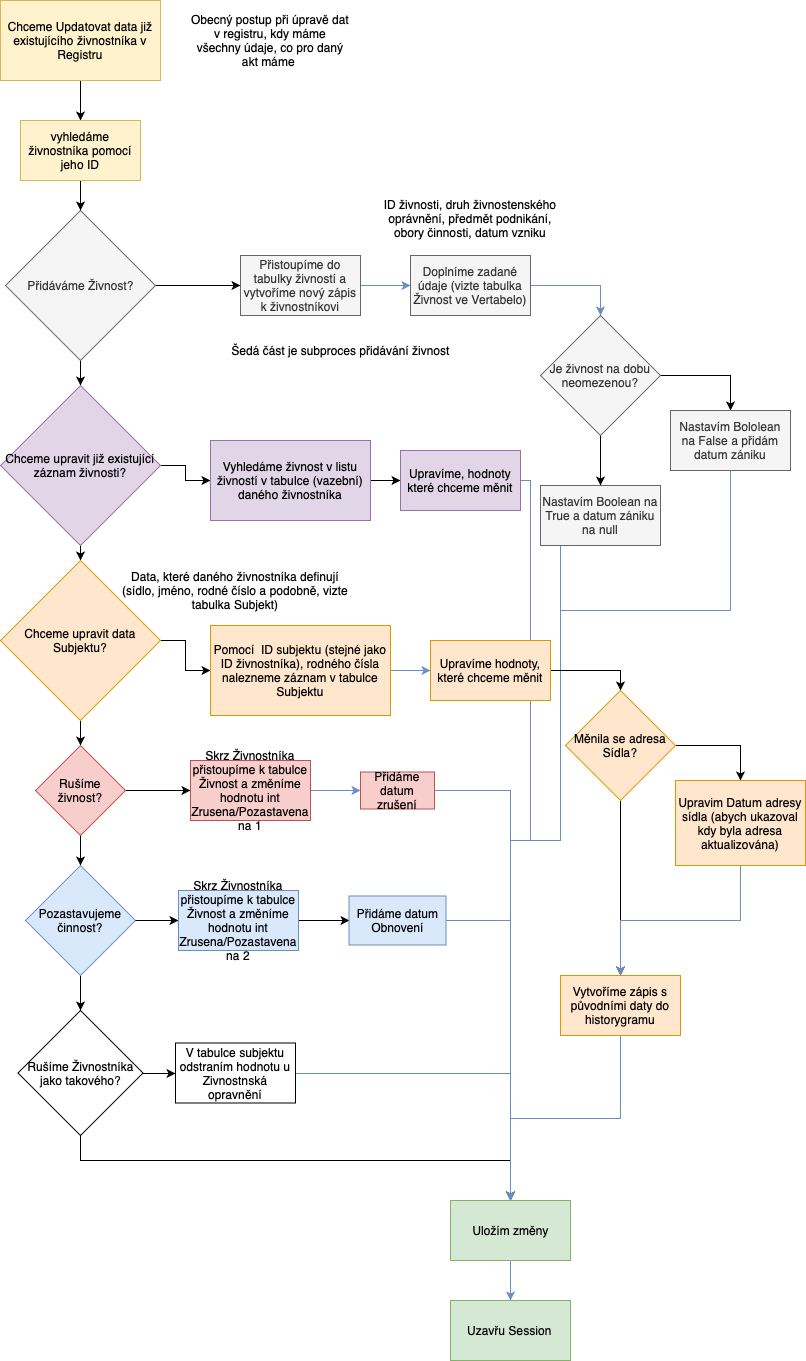
Before: Update živnostníka.png, a diagram exported from draw.io (ridlees/Zivnostensky_urad). Source tidied: cells renumbered, new cells last; positions are measured from the earlier drawing's top-left corner, leaving out a move shared by most shapes.
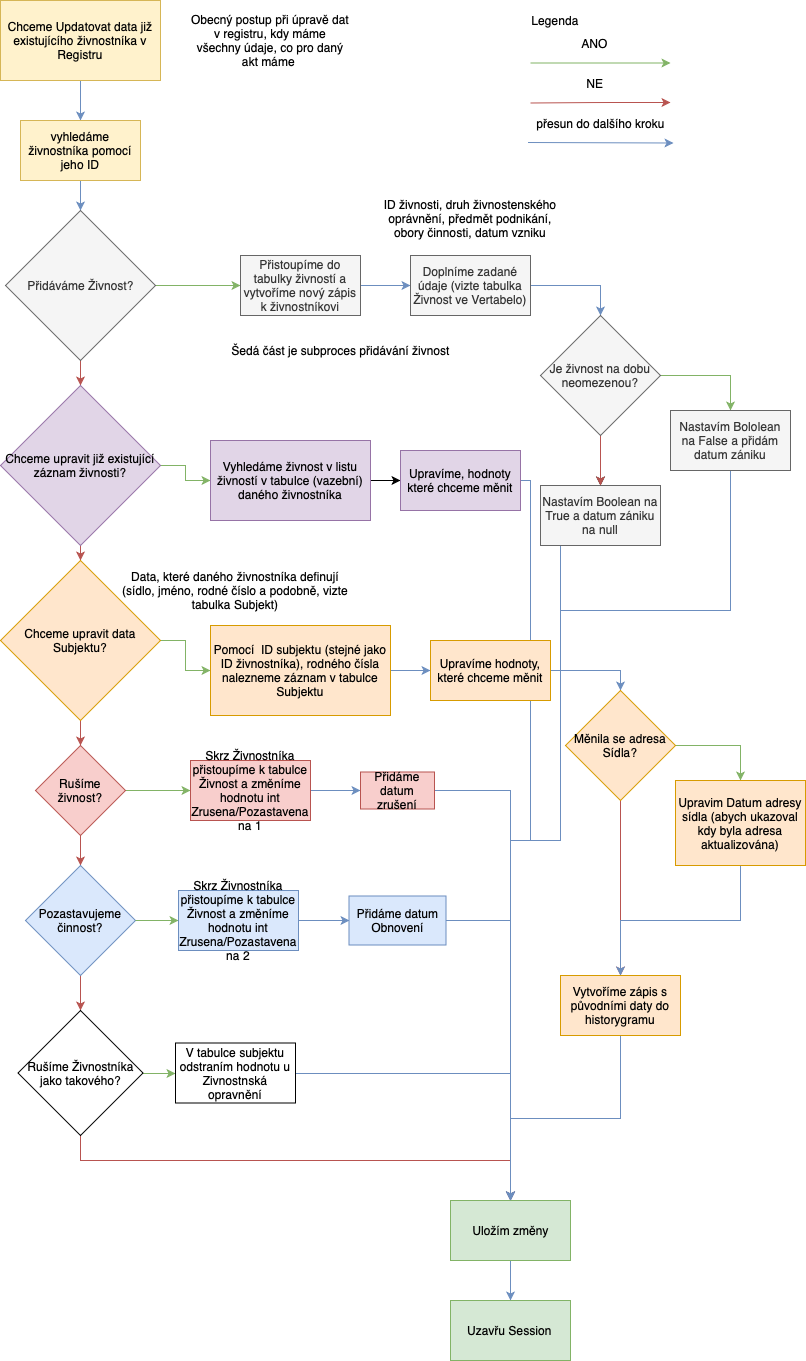
After the commit.

Diff of the diagram source:
```diff
@@ -2,22 +2,22 @@
   <root>
     <mxCell id="0" />
     <mxCell id="1" parent="0" />
-    <mxCell id="2" style="edgeStyle=orthogonalEdgeStyle;rounded=0;jettySize=auto;html=1;" parent="1" edge="1" source="3" target="8">
+    <mxCell id="2" style="edgeStyle=orthogonalEdgeStyle;rounded=0;jettySize=auto;html=1;fillColor=#dae8fc;strokeColor=#6c8ebf;" parent="1" edge="1" source="3" target="8">
       <mxGeometry relative="1" as="geometry" />
     </mxCell>
     <mxCell id="3" value="Chceme Updatovat data již existujícího živnostníka v Registru" style="rounded=0;whiteSpace=wrap;html=1;fillColor=#fff2cc;strokeColor=#d6b656;" parent="1" vertex="1">
       <mxGeometry width="160" height="80" as="geometry" />
     </mxCell>
-    <mxCell id="4" style="edgeStyle=orthogonalEdgeStyle;rounded=0;jettySize=auto;html=1;entryX=0;entryY=0.5;entryDx=0;entryDy=0;" parent="1" edge="1" source="6" target="10">
+    <mxCell id="4" style="edgeStyle=orthogonalEdgeStyle;rounded=0;jettySize=auto;html=1;entryX=0;entryY=0.5;entryDx=0;entryDy=0;fillColor=#d5e8d4;strokeColor=#82b366;" parent="1" edge="1" source="6" target="10">
       <mxGeometry relative="1" as="geometry" />
     </mxCell>
-    <mxCell id="5" style="edgeStyle=orthogonalEdgeStyle;rounded=0;jettySize=auto;html=1;" parent="1" edge="1" source="6" target="23">
+    <mxCell id="5" style="edgeStyle=orthogonalEdgeStyle;rounded=0;jettySize=auto;html=1;fillColor=#f8cecc;strokeColor=#b85450;" parent="1" edge="1" source="6" target="23">
       <mxGeometry relative="1" as="geometry" />
     </mxCell>
     <mxCell id="6" value="Přidáváme Živnost?" style="rhombus;whiteSpace=wrap;html=1;fillColor=#f5f5f5;strokeColor=#666666;fontColor=#333333;" parent="1" vertex="1">
       <mxGeometry x="5" y="210" width="150" height="150" as="geometry" />
     </mxCell>
-    <mxCell id="7" style="edgeStyle=orthogonalEdgeStyle;rounded=0;jettySize=auto;html=1;" parent="1" edge="1" source="8" target="6">
+    <mxCell id="7" style="edgeStyle=orthogonalEdgeStyle;rounded=0;jettySize=auto;html=1;fillColor=#dae8fc;strokeColor=#6c8ebf;" parent="1" edge="1" source="8" target="6">
       <mxGeometry relative="1" as="geometry" />
     </mxCell>
     <mxCell id="8" value="vyhledáme živnostníka pomocí jeho ID" style="rounded=0;whiteSpace=wrap;html=1;fillColor=#fff2cc;strokeColor=#d6b656;" parent="1" vertex="1">
@@ -52,9 +52,12 @@
     <mxCell id="16" style="edgeStyle=orthogonalEdgeStyle;rounded=0;jettySize=auto;html=1;" parent="1" edge="1" source="18" target="15">
       <mxGeometry relative="1" as="geometry" />
     </mxCell>
-    <mxCell id="17" style="edgeStyle=orthogonalEdgeStyle;rounded=0;jettySize=auto;html=1;entryX=0.5;entryY=0;entryDx=0;entryDy=0;" parent="1" edge="1" source="18" target="20">
+    <mxCell id="17" style="edgeStyle=orthogonalEdgeStyle;rounded=0;jettySize=auto;html=1;entryX=0.5;entryY=0;entryDx=0;entryDy=0;fillColor=#d5e8d4;strokeColor=#82b366;" parent="1" edge="1" source="18" target="20">
       <mxGeometry relative="1" as="geometry" />
     </mxCell>
+    <mxCell id="67" style="edgeStyle=orthogonalEdgeStyle;rounded=0;jettySize=auto;html=1;fillColor=#f8cecc;strokeColor=#b85450;" parent="1" edge="1" source="18" target="15">
+      <mxGeometry relative="1" as="geometry" />
+    </mxCell>
     <mxCell id="18" value="Je živnost na dobu neomezenou?" style="rhombus;whiteSpace=wrap;html=1;fillColor=#f5f5f5;strokeColor=#666666;fontColor=#333333;" parent="1" vertex="1">
       <mxGeometry x="540" y="315" width="120" height="120" as="geometry" />
     </mxCell>
@@ -71,10 +74,10 @@
     <mxCell id="20" value="Nastavím Bololean na False a přidám datum zániku" style="rounded=0;whiteSpace=wrap;html=1;fillColor=#f5f5f5;strokeColor=#666666;fontColor=#333333;" parent="1" vertex="1">
       <mxGeometry x="670" y="410" width="120" height="60" as="geometry" />
     </mxCell>
-    <mxCell id="21" style="edgeStyle=orthogonalEdgeStyle;rounded=0;jettySize=auto;html=1;" parent="1" edge="1" source="23" target="25">
+    <mxCell id="21" style="edgeStyle=orthogonalEdgeStyle;rounded=0;jettySize=auto;html=1;fillColor=#d5e8d4;strokeColor=#82b366;" parent="1" edge="1" source="23" target="25">
       <mxGeometry relative="1" as="geometry" />
     </mxCell>
-    <mxCell id="22" style="edgeStyle=orthogonalEdgeStyle;rounded=0;jettySize=auto;html=1;" parent="1" edge="1" source="23" target="30">
+    <mxCell id="22" style="edgeStyle=orthogonalEdgeStyle;rounded=0;jettySize=auto;html=1;fillColor=#f8cecc;strokeColor=#b85450;" parent="1" edge="1" source="23" target="30">
       <mxGeometry relative="1" as="geometry" />
     </mxCell>
     <mxCell id="23" value="Chceme upravit již existující záznam živnosti?" style="rhombus;whiteSpace=wrap;html=1;fillColor=#e1d5e7;strokeColor=#9673a6;" parent="1" vertex="1">
@@ -98,10 +101,10 @@
     <mxCell id="27" value="Upravíme, hodnoty které chceme měnit" style="rounded=0;whiteSpace=wrap;html=1;fillColor=#e1d5e7;strokeColor=#9673a6;" parent="1" vertex="1">
       <mxGeometry x="400" y="450" width="120" height="60" as="geometry" />
     </mxCell>
-    <mxCell id="28" style="edgeStyle=orthogonalEdgeStyle;rounded=0;jettySize=auto;html=1;" parent="1" edge="1" source="30" target="33">
+    <mxCell id="28" style="edgeStyle=orthogonalEdgeStyle;rounded=0;jettySize=auto;html=1;fillColor=#d5e8d4;strokeColor=#82b366;" parent="1" edge="1" source="30" target="33">
       <mxGeometry relative="1" as="geometry" />
     </mxCell>
-    <mxCell id="29" style="edgeStyle=orthogonalEdgeStyle;rounded=0;jettySize=auto;html=1;" parent="1" edge="1" source="30" target="43">
+    <mxCell id="29" style="edgeStyle=orthogonalEdgeStyle;rounded=0;jettySize=auto;html=1;fillColor=#f8cecc;strokeColor=#b85450;" parent="1" edge="1" source="30" target="43">
       <mxGeometry relative="1" as="geometry" />
     </mxCell>
     <mxCell id="30" value="Chceme upravit data Subjektu?" style="rhombus;whiteSpace=wrap;html=1;fillColor=#ffe6cc;strokeColor=#d79b00;" parent="1" vertex="1">
@@ -116,20 +119,20 @@
     <mxCell id="33" value="Pomocí &amp;nbsp;ID subjektu (stejné jako ID živnostníka),&amp;nbsp;rodného čísla nalezneme záznam v tabulce Subjektu" style="rounded=0;whiteSpace=wrap;html=1;fillColor=#ffe6cc;strokeColor=#d79b00;" parent="1" vertex="1">
       <mxGeometry x="210" y="625" width="180" height="90" as="geometry" />
     </mxCell>
-    <mxCell id="34" style="edgeStyle=orthogonalEdgeStyle;rounded=0;jettySize=auto;html=1;entryX=0.5;entryY=0;entryDx=0;entryDy=0;" parent="1" edge="1" source="35" target="38">
+    <mxCell id="34" style="edgeStyle=orthogonalEdgeStyle;rounded=0;jettySize=auto;html=1;entryX=0.5;entryY=0;entryDx=0;entryDy=0;fillColor=#dae8fc;strokeColor=#6c8ebf;" parent="1" edge="1" source="35" target="38">
       <mxGeometry relative="1" as="geometry" />
     </mxCell>
     <mxCell id="35" value="Upravíme hodnoty, které chceme měnit" style="rounded=0;whiteSpace=wrap;html=1;fillColor=#ffe6cc;strokeColor=#d79b00;" parent="1" vertex="1">
       <mxGeometry x="430" y="640" width="120" height="60" as="geometry" />
     </mxCell>
-    <mxCell id="36" style="edgeStyle=orthogonalEdgeStyle;rounded=0;jettySize=auto;html=1;entryX=0.5;entryY=0;entryDx=0;entryDy=0;" parent="1" edge="1" source="38" target="40">
+    <mxCell id="36" style="edgeStyle=orthogonalEdgeStyle;rounded=0;jettySize=auto;html=1;entryX=0.5;entryY=0;entryDx=0;entryDy=0;fillColor=#d5e8d4;strokeColor=#82b366;" parent="1" edge="1" source="38" target="40">
       <mxGeometry relative="1" as="geometry">
         <Array as="points">
           <mxPoint x="740" y="745" />
         </Array>
       </mxGeometry>
     </mxCell>
-    <mxCell id="37" style="edgeStyle=orthogonalEdgeStyle;rounded=0;jettySize=auto;html=1;entryX=0.5;entryY=0;entryDx=0;entryDy=0;" parent="1" edge="1" source="38" target="65">
+    <mxCell id="37" style="edgeStyle=orthogonalEdgeStyle;rounded=0;jettySize=auto;html=1;entryX=0.5;entryY=0;entryDx=0;entryDy=0;fillColor=#f8cecc;strokeColor=#b85450;" parent="1" edge="1" source="38" target="65">
       <mxGeometry relative="1" as="geometry" />
     </mxCell>
     <mxCell id="38" value="Měnila se adresa Sídla?" style="rhombus;whiteSpace=wrap;html=1;fillColor=#ffe6cc;strokeColor=#d79b00;" parent="1" vertex="1">
@@ -141,10 +144,10 @@
     <mxCell id="40" value="Upravim Datum adresy sídla (abych ukazoval kdy byla adresa aktualizována)" style="rounded=0;whiteSpace=wrap;html=1;fillColor=#ffe6cc;strokeColor=#d79b00;" parent="1" vertex="1">
       <mxGeometry x="675" y="780" width="130" height="85" as="geometry" />
     </mxCell>
-    <mxCell id="41" style="edgeStyle=orthogonalEdgeStyle;rounded=0;jettySize=auto;html=1;" parent="1" edge="1" source="43" target="46">
+    <mxCell id="41" style="edgeStyle=orthogonalEdgeStyle;rounded=0;jettySize=auto;html=1;fillColor=#d5e8d4;strokeColor=#82b366;" parent="1" edge="1" source="43" target="46">
       <mxGeometry relative="1" as="geometry" />
     </mxCell>
-    <mxCell id="42" style="edgeStyle=orthogonalEdgeStyle;rounded=0;jettySize=auto;html=1;" parent="1" edge="1" source="43" target="48">
+    <mxCell id="42" style="edgeStyle=orthogonalEdgeStyle;rounded=0;jettySize=auto;html=1;fillColor=#f8cecc;strokeColor=#b85450;" parent="1" edge="1" source="43" target="48">
       <mxGeometry relative="1" as="geometry" />
     </mxCell>
     <mxCell id="43" value="Rušíme živnost?" style="rhombus;whiteSpace=wrap;html=1;fillColor=#f8cecc;strokeColor=#b85450;" parent="1" vertex="1">
@@ -159,7 +162,7 @@
     <mxCell id="46" value="Skrz Živnostníka přistoupíme k tabulce Živnost a změníme hodnotu int Zrusena/Pozastavena na 1" style="rounded=0;whiteSpace=wrap;html=1;fillColor=#f8cecc;strokeColor=#b85450;" parent="1" vertex="1">
       <mxGeometry x="190" y="760" width="120" height="60" as="geometry" />
     </mxCell>
-    <mxCell id="47" style="edgeStyle=orthogonalEdgeStyle;rounded=0;jettySize=auto;html=1;" parent="1" edge="1" source="48" target="58">
+    <mxCell id="47" style="edgeStyle=orthogonalEdgeStyle;rounded=0;jettySize=auto;html=1;fillColor=#f8cecc;strokeColor=#b85450;" parent="1" edge="1" source="48" target="58">
       <mxGeometry relative="1" as="geometry" />
     </mxCell>
     <mxCell id="48" value="Pozastavujeme činnost?" style="rhombus;whiteSpace=wrap;html=1;fillColor=#dae8fc;strokeColor=#6c8ebf;" parent="1" vertex="1">
@@ -171,10 +174,10 @@
     <mxCell id="50" value="Přidáme datum zrušení" style="rounded=0;whiteSpace=wrap;html=1;fillColor=#f8cecc;strokeColor=#b85450;" parent="1" vertex="1">
       <mxGeometry x="360" y="771.5" width="74" height="37" as="geometry" />
     </mxCell>
-    <mxCell id="51" style="edgeStyle=orthogonalEdgeStyle;rounded=0;jettySize=auto;html=1;exitX=1;exitY=0.5;exitDx=0;exitDy=0;" parent="1" edge="1" source="48" target="53">
+    <mxCell id="51" style="edgeStyle=orthogonalEdgeStyle;rounded=0;jettySize=auto;html=1;exitX=1;exitY=0.5;exitDx=0;exitDy=0;fillColor=#d5e8d4;strokeColor=#82b366;" parent="1" edge="1" source="48" target="53">
       <mxGeometry relative="1" as="geometry" />
     </mxCell>
-    <mxCell id="52" style="edgeStyle=orthogonalEdgeStyle;rounded=0;jettySize=auto;html=1;entryX=0;entryY=0.5;entryDx=0;entryDy=0;" parent="1" edge="1" source="53" target="55">
+    <mxCell id="52" style="edgeStyle=orthogonalEdgeStyle;rounded=0;jettySize=auto;html=1;entryX=0;entryY=0.5;entryDx=0;entryDy=0;fillColor=#dae8fc;strokeColor=#6c8ebf;" parent="1" edge="1" source="53" target="55">
       <mxGeometry relative="1" as="geometry" />
     </mxCell>
     <mxCell id="53" value="Skrz Živnostníka přistoupíme k tabulce Živnost a změníme hodnotu int Zrusena/Pozastavena na 2" style="rounded=0;whiteSpace=wrap;html=1;fillColor=#dae8fc;strokeColor=#6c8ebf;" parent="1" vertex="1">
@@ -186,10 +189,10 @@
     <mxCell id="55" value="Přidáme datum Obnovení" style="rounded=0;whiteSpace=wrap;html=1;fillColor=#dae8fc;strokeColor=#6c8ebf;" parent="1" vertex="1">
       <mxGeometry x="348.5" y="895.5" width="97" height="49" as="geometry" />
     </mxCell>
-    <mxCell id="56" style="edgeStyle=orthogonalEdgeStyle;rounded=0;jettySize=auto;html=1;" parent="1" edge="1" source="58" target="60">
+    <mxCell id="56" style="edgeStyle=orthogonalEdgeStyle;rounded=0;jettySize=auto;html=1;fillColor=#d5e8d4;strokeColor=#82b366;" parent="1" edge="1" source="58" target="60">
       <mxGeometry relative="1" as="geometry" />
     </mxCell>
-    <mxCell id="57" style="edgeStyle=orthogonalEdgeStyle;rounded=0;jettySize=auto;html=1;entryX=0.5;entryY=0;entryDx=0;entryDy=0;" parent="1" edge="1" source="58" target="63">
+    <mxCell id="57" style="edgeStyle=orthogonalEdgeStyle;rounded=0;jettySize=auto;html=1;entryX=0.5;entryY=0;entryDx=0;entryDy=0;fillColor=#f8cecc;strokeColor=#b85450;" parent="1" edge="1" source="58" target="63">
       <mxGeometry relative="1" as="geometry">
         <Array as="points">
           <mxPoint x="80" y="1160" />
@@ -224,5 +227,38 @@
     <mxCell id="66" value="Šedá část je subproces přidávání živnost" style="text;html=1;strokeColor=none;fillColor=none;align=center;verticalAlign=middle;whiteSpace=wrap;rounded=0;" parent="1" vertex="1">
       <mxGeometry x="200" y="340" width="280" height="20" as="geometry" />
     </mxCell>
+    <mxCell id="68" style="endArrow=classic;html=1;fillColor=#d5e8d4;strokeColor=#82b366;" parent="1" edge="1">
+      <mxGeometry relative="1" as="geometry">
+        <mxPoint x="530" y="62.5" as="sourcePoint" />
+        <mxPoint x="670" y="62.5" as="targetPoint" />
+      </mxGeometry>
+    </mxCell>
+    <mxCell id="69" style="endArrow=classic;html=1;fillColor=#f8cecc;strokeColor=#b85450;" parent="1" edge="1">
+      <mxGeometry relative="1" as="geometry">
+        <mxPoint x="530" y="102.5" as="sourcePoint" />
+        <mxPoint x="670" y="102" as="targetPoint" />
+        <Array as="points">
+          <mxPoint x="600" y="102" />
+        </Array>
+      </mxGeometry>
+    </mxCell>
+    <mxCell id="70" value="ANO" style="text;html=1;strokeColor=none;fillColor=none;align=center;verticalAlign=middle;whiteSpace=wrap;rounded=0;" parent="1" vertex="1">
+      <mxGeometry x="574" y="32.5" width="40" height="20" as="geometry" />
+    </mxCell>
+    <mxCell id="71" value="NE" style="text;html=1;strokeColor=none;fillColor=none;align=center;verticalAlign=middle;whiteSpace=wrap;rounded=0;" parent="1" vertex="1">
+      <mxGeometry x="574.5" y="72.5" width="40" height="20" as="geometry" />
+    </mxCell>
+    <mxCell id="72" style="endArrow=classic;html=1;fillColor=#dae8fc;strokeColor=#6c8ebf;" parent="1" edge="1">
+      <mxGeometry relative="1" as="geometry">
+        <mxPoint x="527.5" y="142" as="sourcePoint" />
+        <mxPoint x="673" y="142.5" as="targetPoint" />
+      </mxGeometry>
+    </mxCell>
+    <mxCell id="73" value="přesun do dalšího kroku" style="text;html=1;strokeColor=none;fillColor=none;align=center;verticalAlign=middle;whiteSpace=wrap;rounded=0;" parent="1" vertex="1">
+      <mxGeometry x="520" y="112.5" width="160" height="20" as="geometry" />
+    </mxCell>
+    <mxCell id="74" value="Legenda" style="text;html=1;strokeColor=none;fillColor=none;align=center;verticalAlign=middle;whiteSpace=wrap;rounded=0;" parent="1" vertex="1">
+      <mxGeometry x="534" y="10" width="40" height="20" as="geometry" />
+    </mxCell>
   </root>
 </mxGraphModel>
```
